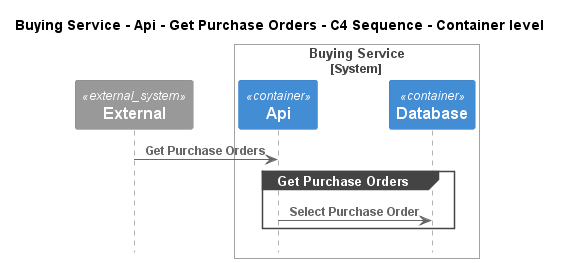
This is e-commerce-platform/Software Systems/Buying Service/Containers/Api/Interfaces/Get Purchase Orders/Container - C4 Sequence.png from C4InterFlow/architecture-as-code-samples, a PlantUML export, as it was before one commit. Source of this version:
```plantuml
@startuml
!pragma layout smetana
!include ..\..\..\..\..\..\.c4s\C4_Sequence.puml

title Buying Service - Api - Get Purchase Orders - C4 Sequence - Container level

System_Ext(C4InterFlow.SoftwareSystems.ExternalSystem, "External", "")

System_Boundary(ECommercePlatform.SoftwareSystems.BuyingService, "Buying Service")
    Container(ECommercePlatform.SoftwareSystems.BuyingService.Containers.Api, "Api", "", "")
    Container(ECommercePlatform.SoftwareSystems.BuyingService.Containers.Database, "Database", "", "")
Boundary_End()

Rel(C4InterFlow.SoftwareSystems.ExternalSystem, ECommercePlatform.SoftwareSystems.BuyingService.Containers.Api, "Get Purchase Orders")
group Get Purchase Orders
Rel(ECommercePlatform.SoftwareSystems.BuyingService.Containers.Api, ECommercePlatform.SoftwareSystems.BuyingService.Containers.Database, "Select Purchase Order")
end


@enduml
```
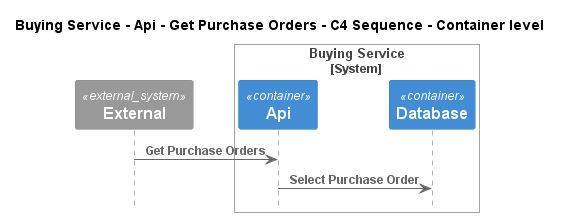
After the change.

The edit, as a diff of the source:
```diff
@@ -12,9 +12,7 @@
 Boundary_End()
 
 Rel(C4InterFlow.SoftwareSystems.ExternalSystem, ECommercePlatform.SoftwareSystems.BuyingService.Containers.Api, "Get Purchase Orders")
-group Get Purchase Orders
 Rel(ECommercePlatform.SoftwareSystems.BuyingService.Containers.Api, ECommercePlatform.SoftwareSystems.BuyingService.Containers.Database, "Select Purchase Order")
-end
 
 
 @enduml
```
